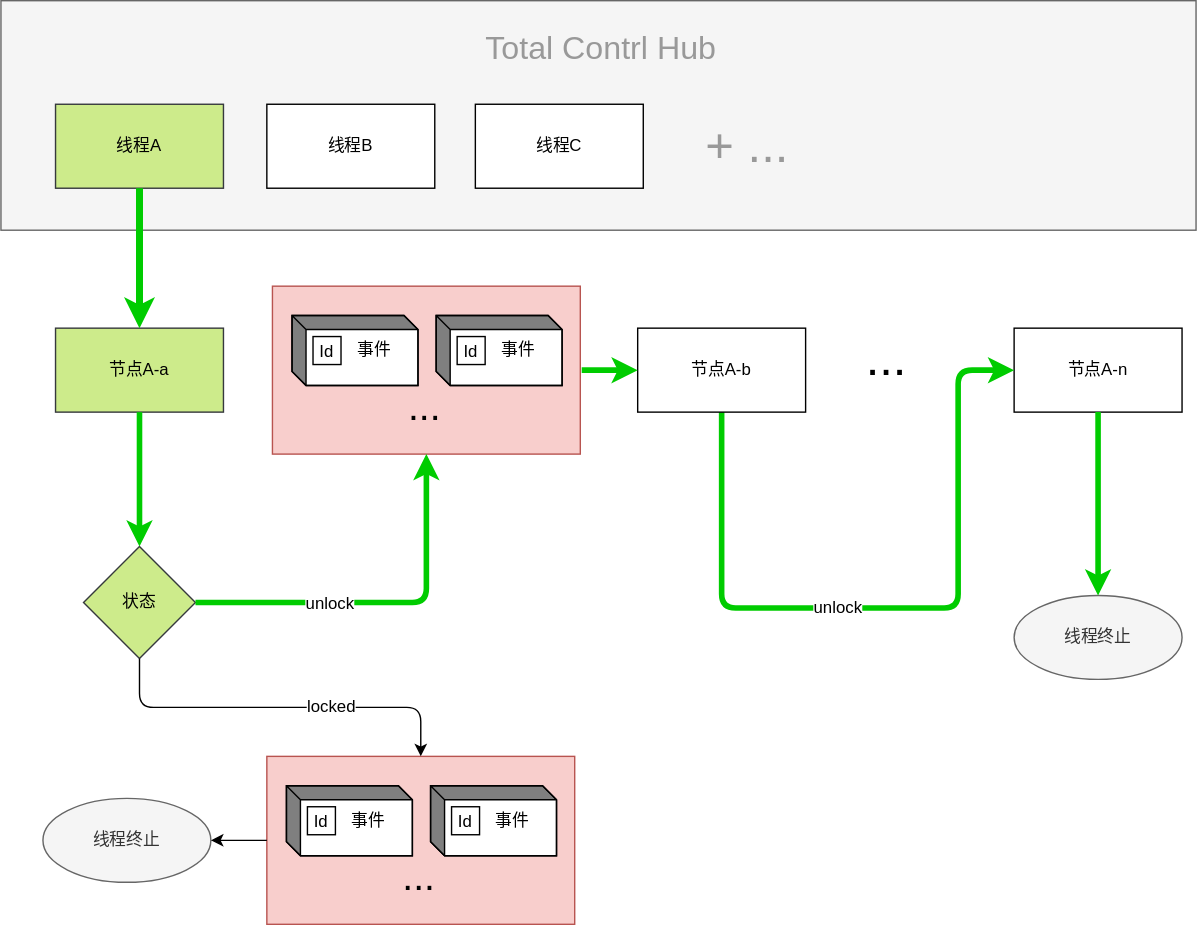
eightfeet/mind keeps this draw.io diagram as yugong/TotalControlHub.svg. Above is the earlier version. Source tidied: cells renumbered, new cells last; positions are measured from the earlier drawing's top-left corner, leaving out a move shared by most shapes.
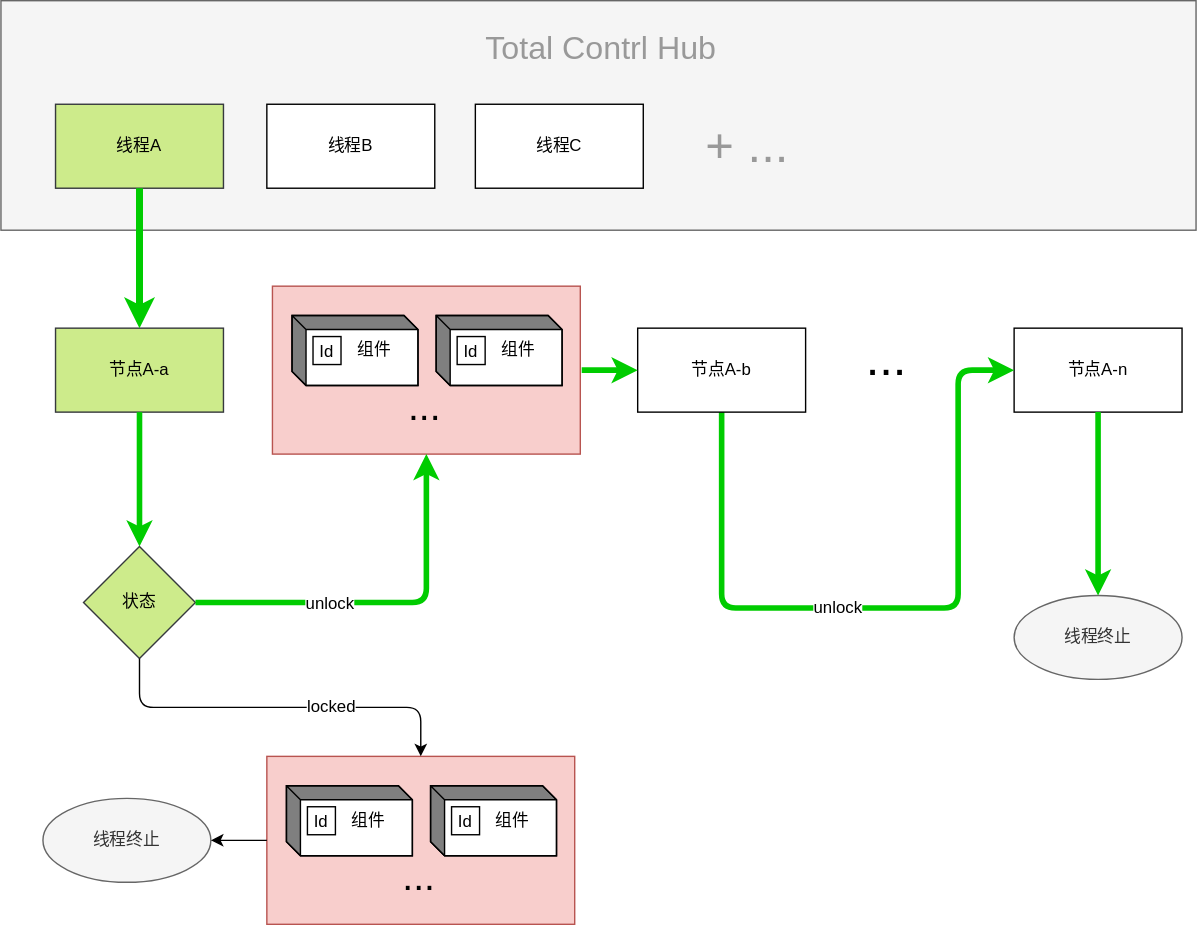
The same file after the commit.

Change to the diagram source:
```diff
@@ -67,7 +67,7 @@
     <mxCell id="20" style="rounded=0;whiteSpace=wrap;html=1;fillColor=#f8cecc;strokeColor=#b85450;" parent="19" vertex="1">
       <mxGeometry width="220" height="120" as="geometry" />
     </mxCell>
-    <mxCell id="21" value="&amp;nbsp; &amp;nbsp; &amp;nbsp; &amp;nbsp; 事件" style="html=1;dashed=0;whitespace=wrap;shape=mxgraph.dfd.externalEntity;" parent="19" vertex="1">
+    <mxCell id="21" value="&amp;nbsp; &amp;nbsp; &amp;nbsp; &amp;nbsp; 组件" style="html=1;dashed=0;whitespace=wrap;shape=mxgraph.dfd.externalEntity;" parent="19" vertex="1">
       <mxGeometry x="14" y="21" width="90" height="50" as="geometry" />
     </mxCell>
     <mxCell id="22" value="Id" style="strokeColor=inherit;fillColor=inherit;gradientColor=inherit;" parent="21" vertex="1">
@@ -75,7 +75,7 @@
         <mxPoint x="15" y="15" as="offset" />
       </mxGeometry>
     </mxCell>
-    <mxCell id="23" value="&amp;nbsp; &amp;nbsp; &amp;nbsp; &amp;nbsp; 事件" style="html=1;dashed=0;whitespace=wrap;shape=mxgraph.dfd.externalEntity;" parent="19" vertex="1">
+    <mxCell id="23" value="&amp;nbsp; &amp;nbsp; &amp;nbsp; &amp;nbsp; 组件" style="html=1;dashed=0;whitespace=wrap;shape=mxgraph.dfd.externalEntity;" parent="19" vertex="1">
       <mxGeometry x="117" y="21" width="90" height="50" as="geometry" />
     </mxCell>
     <mxCell id="24" value="Id" style="strokeColor=inherit;fillColor=inherit;gradientColor=inherit;" parent="23" vertex="1">
@@ -100,7 +100,7 @@
     <mxCell id="29" style="rounded=0;whiteSpace=wrap;html=1;fillColor=#f8cecc;strokeColor=#b85450;" parent="28" vertex="1">
       <mxGeometry width="220" height="120" as="geometry" />
     </mxCell>
-    <mxCell id="30" value="&amp;nbsp; &amp;nbsp; &amp;nbsp; &amp;nbsp; 事件" style="html=1;dashed=0;whitespace=wrap;shape=mxgraph.dfd.externalEntity;" parent="28" vertex="1">
+    <mxCell id="30" value="&amp;nbsp; &amp;nbsp; &amp;nbsp; &amp;nbsp; 组件" style="html=1;dashed=0;whitespace=wrap;shape=mxgraph.dfd.externalEntity;" parent="28" vertex="1">
       <mxGeometry x="14" y="21" width="90" height="50" as="geometry" />
     </mxCell>
     <mxCell id="31" value="Id" style="strokeColor=inherit;fillColor=inherit;gradientColor=inherit;" parent="30" vertex="1">
@@ -108,7 +108,7 @@
         <mxPoint x="15" y="15" as="offset" />
       </mxGeometry>
     </mxCell>
-    <mxCell id="32" value="&amp;nbsp; &amp;nbsp; &amp;nbsp; &amp;nbsp; 事件" style="html=1;dashed=0;whitespace=wrap;shape=mxgraph.dfd.externalEntity;" parent="28" vertex="1">
+    <mxCell id="32" value="&amp;nbsp; &amp;nbsp; &amp;nbsp; &amp;nbsp; 组件" style="html=1;dashed=0;whitespace=wrap;shape=mxgraph.dfd.externalEntity;" parent="28" vertex="1">
       <mxGeometry x="117" y="21" width="90" height="50" as="geometry" />
     </mxCell>
     <mxCell id="33" value="Id" style="strokeColor=inherit;fillColor=inherit;gradientColor=inherit;" parent="32" vertex="1">
```
